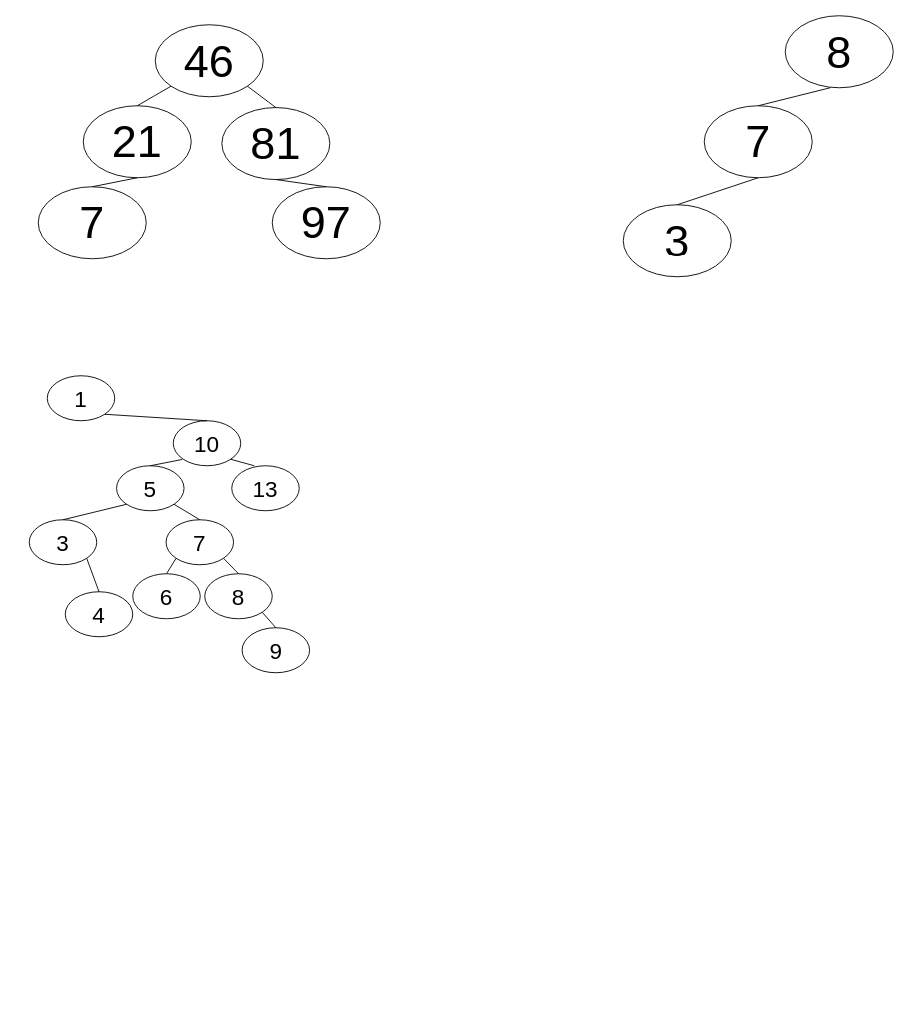
Above: AVL Trees.drawio in EverettRichards/CS210_assignment1 (draw.io), before the change. Source tidied: cells renumbered, new cells numbered last; positions are measured from the earlier drawing's top-left corner, leaving out a move shared by most shapes. Both pictures are drawn from the tidied source at 90%, with x=0, y=0 at pixel (29, 15).
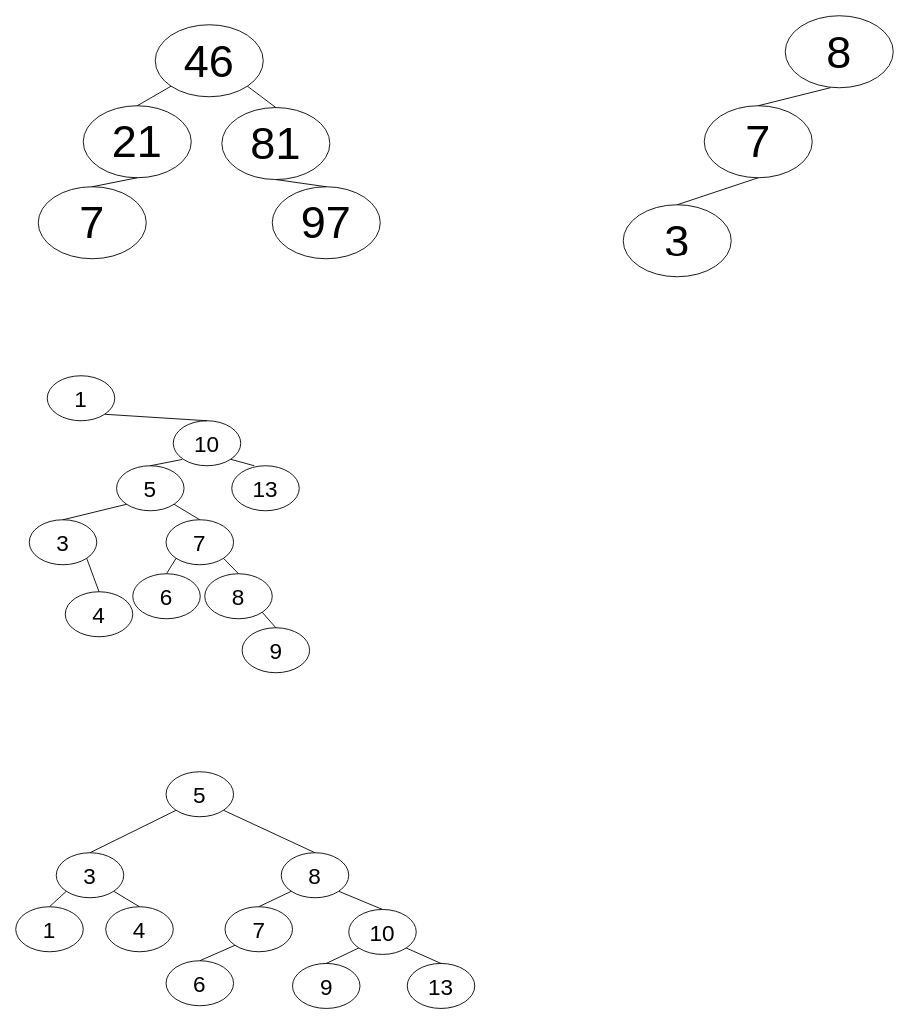
The same diagram, later.

What changed in the source:
```diff
@@
+    <mxCell id="35" value="&lt;font style=&quot;font-size: 25px;&quot;&gt;1&lt;/font&gt;" style="ellipse;whiteSpace=wrap;html=1;fontSize=20;" parent="1" vertex="1">
+      <mxGeometry x="-15" y="990" width="75" height="50" as="geometry" />
+    </mxCell>
+    <mxCell id="36" value="&lt;font style=&quot;font-size: 25px;&quot;&gt;10&lt;/font&gt;" style="ellipse;whiteSpace=wrap;html=1;fontSize=20;" parent="1" vertex="1">
+      <mxGeometry x="355" y="993" width="75" height="50" as="geometry" />
+    </mxCell>
+    <mxCell id="37" style="endArrow=none;html=1;rounded=0;entryX=0.5;entryY=0;entryDx=0;entryDy=0;exitX=0;exitY=1;exitDx=0;exitDy=0;" parent="1" edge="1" source="38" target="42">
+      <mxGeometry relative="1" as="geometry" />
+    </mxCell>
+    <mxCell id="38" value="&lt;font style=&quot;font-size: 25px;&quot;&gt;5&lt;/font&gt;" style="ellipse;whiteSpace=wrap;html=1;fontSize=20;" parent="1" vertex="1">
+      <mxGeometry x="152" y="840" width="75" height="50" as="geometry" />
+    </mxCell>
+    <mxCell id="39" style="endArrow=none;html=1;rounded=0;exitX=1;exitY=1;exitDx=0;exitDy=0;entryX=0.5;entryY=0;entryDx=0;entryDy=0;" parent="1" edge="1" source="38" target="50">
+      <mxGeometry relative="1" as="geometry" />
+    </mxCell>
+    <mxCell id="40" value="&lt;font style=&quot;font-size: 25px;&quot;&gt;7&lt;/font&gt;" style="ellipse;whiteSpace=wrap;html=1;fontSize=20;" parent="1" vertex="1">
+      <mxGeometry x="217.5" y="990" width="75" height="50" as="geometry" />
+    </mxCell>
+    <mxCell id="41" style="endArrow=none;html=1;rounded=0;entryX=0.5;entryY=0;entryDx=0;entryDy=0;exitX=1;exitY=1;exitDx=0;exitDy=0;" parent="1" edge="1" source="50" target="36">
+      <mxGeometry relative="1" as="geometry" />
+    </mxCell>
+    <mxCell id="42" value="&lt;font style=&quot;font-size: 25px;&quot;&gt;3&lt;/font&gt;" style="ellipse;whiteSpace=wrap;html=1;fontSize=20;" parent="1" vertex="1">
+      <mxGeometry x="30" y="930" width="75" height="50" as="geometry" />
+    </mxCell>
+    <mxCell id="43" style="endArrow=none;html=1;rounded=0;entryX=0.5;entryY=0;entryDx=0;entryDy=0;exitX=0;exitY=1;exitDx=0;exitDy=0;" parent="1" edge="1" source="42" target="35">
+      <mxGeometry relative="1" as="geometry" />
+    </mxCell>
+    <mxCell id="44" value="&lt;font style=&quot;font-size: 25px;&quot;&gt;13&lt;/font&gt;" style="ellipse;whiteSpace=wrap;html=1;fontSize=20;" parent="1" vertex="1">
+      <mxGeometry x="420" y="1053" width="75" height="50" as="geometry" />
+    </mxCell>
+    <mxCell id="45" style="endArrow=none;html=1;rounded=0;entryX=1;entryY=1;entryDx=0;entryDy=0;exitX=0.5;exitY=0;exitDx=0;exitDy=0;" parent="1" edge="1" source="44" target="36">
+      <mxGeometry relative="1" as="geometry" />
+    </mxCell>
+    <mxCell id="46" value="&lt;font style=&quot;font-size: 25px;&quot;&gt;6&lt;/font&gt;" style="ellipse;whiteSpace=wrap;html=1;fontSize=20;" parent="1" vertex="1">
+      <mxGeometry x="152" y="1050" width="75" height="50" as="geometry" />
+    </mxCell>
+    <mxCell id="47" style="endArrow=none;html=1;rounded=0;entryX=0;entryY=1;entryDx=0;entryDy=0;exitX=0.5;exitY=0;exitDx=0;exitDy=0;" parent="1" edge="1" source="46" target="40">
+      <mxGeometry relative="1" as="geometry" />
+    </mxCell>
+    <mxCell id="48" value="&lt;font style=&quot;font-size: 25px;&quot;&gt;4&lt;/font&gt;" style="ellipse;whiteSpace=wrap;html=1;fontSize=20;" parent="1" vertex="1">
+      <mxGeometry x="85" y="990" width="75" height="50" as="geometry" />
+    </mxCell>
+    <mxCell id="49" style="endArrow=none;html=1;rounded=0;entryX=1;entryY=1;entryDx=0;entryDy=0;exitX=0.5;exitY=0;exitDx=0;exitDy=0;" parent="1" edge="1" source="48" target="42">
+      <mxGeometry relative="1" as="geometry" />
+    </mxCell>
+    <mxCell id="50" value="&lt;font style=&quot;font-size: 25px;&quot;&gt;8&lt;/font&gt;" style="ellipse;whiteSpace=wrap;html=1;fontSize=20;" parent="1" vertex="1">
+      <mxGeometry x="280" y="930" width="75" height="50" as="geometry" />
+    </mxCell>
+    <mxCell id="51" style="endArrow=none;html=1;rounded=0;entryX=0.5;entryY=0;entryDx=0;entryDy=0;exitX=0;exitY=1;exitDx=0;exitDy=0;" parent="1" edge="1" source="50" target="40">
+      <mxGeometry relative="1" as="geometry" />
+    </mxCell>
+    <mxCell id="52" value="&lt;font style=&quot;font-size: 25px;&quot;&gt;9&lt;/font&gt;" style="ellipse;whiteSpace=wrap;html=1;fontSize=20;" parent="1" vertex="1">
+      <mxGeometry x="292.5" y="1053" width="75" height="50" as="geometry" />
+    </mxCell>
+    <mxCell id="53" style="endArrow=none;html=1;rounded=0;entryX=0;entryY=1;entryDx=0;entryDy=0;exitX=0.5;exitY=0;exitDx=0;exitDy=0;" parent="1" edge="1" source="52" target="36">
+      <mxGeometry relative="1" as="geometry" />
+    </mxCell>
```
